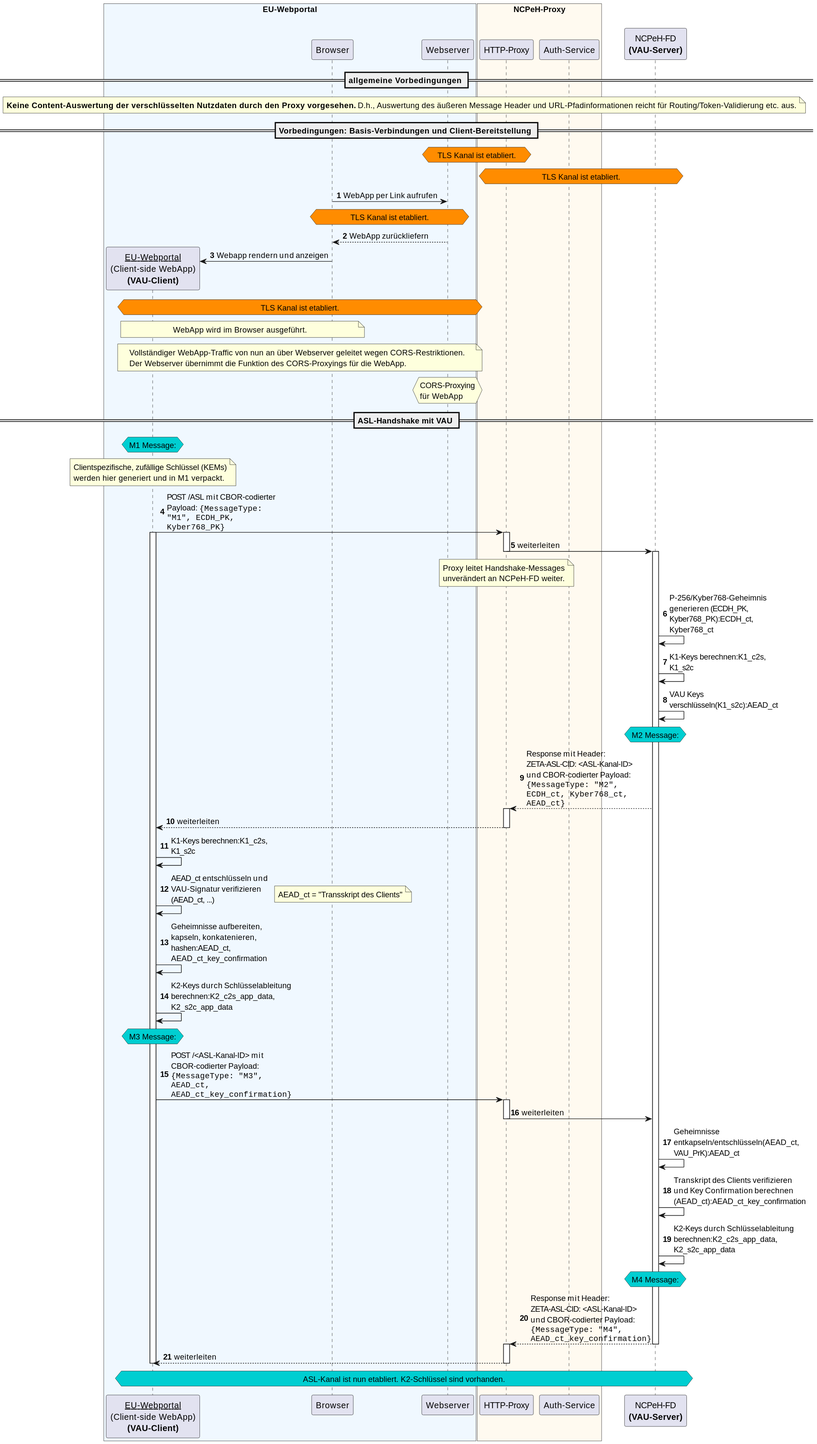
Above: images/eped-b/auth/aslkanal-dpop.svg in gematik/api-ncpeh (PlantUML), before the change. Its diagram source:
```plantuml
@startuml
!pragma PLS 8192

autonumber
skinparam maxMessageSize 200

box "EU-Webportal" #AliceBlue
  participant "__EU-Webportal__\n(Client-side WebApp)\n**(VAU-Client)**" as WebApp
  participant "Browser" as Browser
  participant "Webserver" as Webserver
end box
box "NCPeH-Proxy" #FloralWhite
    participant "HTTP-Proxy" as Proxy
    participant "Auth-Service" as AuthService
end box
participant "NCPeH-FD\n**(VAU-Server)**" as NCPeH

== allgemeine Vorbedingungen ==
note over WebApp, NCPeH
  **Keine Content-Auswertung der verschlüsselten Nutzdaten durch den Proxy vorgesehen.** D.h., Auswertung des äußeren Message Header und URL-Pfadinformationen reicht für Routing/Token-Validierung etc. aus.
end note

== Vorbedingungen: Basis-Verbindungen und Client-Bereitstellung ==

hnote over Webserver, Proxy #Darkorange
  TLS Kanal ist etabliert.
end note
hnote over Proxy, NCPeH #Darkorange
  TLS Kanal ist etabliert.
end note

Browser -> Webserver: WebApp per Link aufrufen
hnote over Browser, Webserver #Darkorange
  TLS Kanal ist etabliert.
end note
Webserver --> Browser: WebApp zurückliefern
create WebApp
Browser -> WebApp: Webapp rendern und anzeigen
hnote over WebApp, Webserver #Darkorange
  TLS Kanal ist etabliert.
end note

note over WebApp, Browser
  WebApp wird im Browser ausgeführt.
end note

note over WebApp, Webserver
  Vollständiger WebApp-Traffic von nun an über Webserver geleitet wegen CORS-Restriktionen.
  Der Webserver übernimmt die Funktion des CORS-Proxyings für die WebApp.
end note

hnote over Webserver
  CORS-Proxying
  für WebApp
end note


== ASL-Handshake mit VAU ==

hnote over WebApp #DarkTurquoise
  M1 Message:
end note
note over WebApp
  Clientspezifische, zufällige Schlüssel (KEMs)
  werden hier generiert und in M1 verpackt.
end note
WebApp -> Proxy: POST /ASL mit CBOR-codierter Payload: ""{MessageType: "M1", ECDH_PK, Kyber768_PK}""
activate WebApp
activate Proxy
Proxy -> NCPeH: weiterleiten
deactivate Proxy
note over Proxy
  Proxy leitet Handshake-Messages
  unverändert an NCPeH-FD weiter.
end note
activate NCPeH
NCPeH -> NCPeH: P-256/Kyber768-Geheimnis generieren (ECDH_PK, Kyber768_PK):ECDH_ct, Kyber768_ct
NCPeH -> NCPeH: K1-Keys berechnen:K1_c2s, K1_s2c
NCPeH -> NCPeH: VAU Keys verschlüsseln(K1_s2c):AEAD_ct

hnote over NCPeH #DarkTurquoise
  M2 Message:
end note

NCPeH --> Proxy: Response mit Header: ZETA-ASL-CID: <ASL-Kanal-ID> und CBOR-codierter Payload: ""{MessageType: "M2", ECDH_ct, Kyber768_ct, AEAD_ct}""
activate Proxy
Proxy --> WebApp: weiterleiten
deactivate Proxy

WebApp -> WebApp: K1-Keys berechnen:K1_c2s, K1_s2c
WebApp -> WebApp: AEAD_ct entschlüsseln und VAU-Signatur verifizieren (AEAD_ct, ...)
note right
  AEAD_ct = "Transskript des Clients"
end note
WebApp -> WebApp: Geheimnisse aufbereiten, kapseln, konkatenieren, hashen:AEAD_ct, AEAD_ct_key_confirmation
WebApp -> WebApp: K2-Keys durch Schlüsselableitung berechnen:K2_c2s_app_data, K2_s2c_app_data

hnote over WebApp #DarkTurquoise
  M3 Message:
end note

WebApp -> Proxy: POST /<ASL-Kanal-ID> mit CBOR-codierter Payload: ""{MessageType: "M3", AEAD_ct, AEAD_ct_key_confirmation}""

activate Proxy
Proxy -> NCPeH: weiterleiten
deactivate Proxy
NCPeH -> NCPeH: Geheimnisse entkapseln/entschlüsseln(AEAD_ct, VAU_PrK):AEAD_ct
NCPeH -> NCPeH: Transkript des Clients verifizieren und Key Confirmation berechnen (AEAD_ct):AEAD_ct_key_confirmation
NCPeH -> NCPeH: K2-Keys durch Schlüsselableitung berechnen:K2_c2s_app_data, K2_s2c_app_data


hnote over NCPeH #DarkTurquoise
  M4 Message:
end note

NCPeH --> Proxy: Response mit Header: ZETA-ASL-CID: <ASL-Kanal-ID> und CBOR-codierter Payload: ""{MessageType: "M4", AEAD_ct_key_confirmation}""
deactivate NCPeH
activate Proxy
Proxy --> WebApp: weiterleiten
deactivate Proxy
deactivate WebApp

hnote over WebApp, NCPeH #DarkTurquoise
  ASL-Kanal ist nun etabliert. K2-Schlüssel sind vorhanden.
end note
@enduml
```
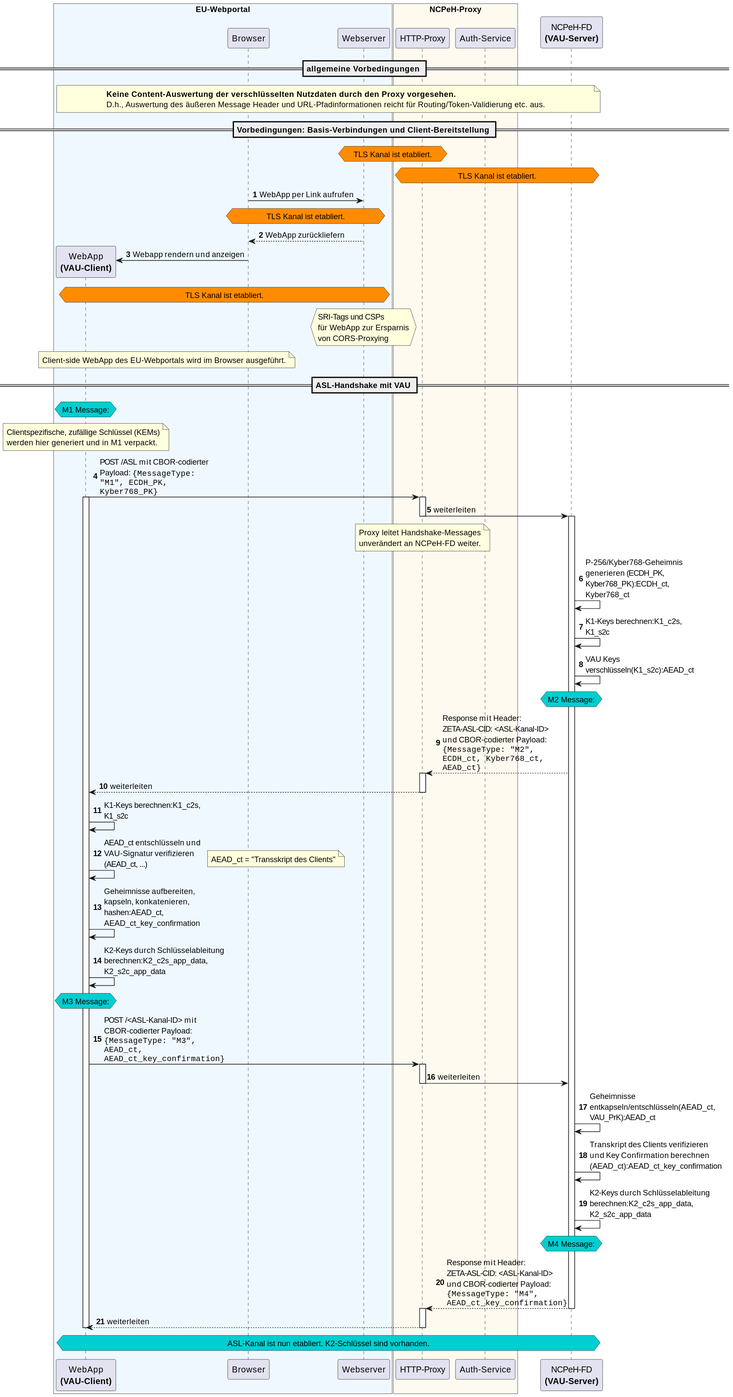
The same file after the commit.

Commit message:
Update aslkanal-dpop.svg and aslkanal-dpop.puml: naming and CORS restrictions

Change to the diagram source:
```diff
@@ -5,7 +5,7 @@
 skinparam maxMessageSize 200
 
 box "EU-Webportal" #AliceBlue
-  participant "__EU-Webportal__\n(Client-side WebApp)\n**(VAU-Client)**" as WebApp
+  participant "WebApp\n**(VAU-Client)**" as WebApp
   participant "Browser" as Browser
   participant "Webserver" as Webserver
 end box
@@ -17,7 +17,8 @@
 
 == allgemeine Vorbedingungen ==
 note over WebApp, NCPeH
-  **Keine Content-Auswertung der verschlüsselten Nutzdaten durch den Proxy vorgesehen.** D.h., Auswertung des äußeren Message Header und URL-Pfadinformationen reicht für Routing/Token-Validierung etc. aus.
+  **Keine Content-Auswertung der verschlüsselten Nutzdaten durch den Proxy vorgesehen.**
+  D.h., Auswertung des äußeren Message Header und URL-Pfadinformationen reicht für Routing/Token-Validierung etc. aus.
 end note
 
 == Vorbedingungen: Basis-Verbindungen und Client-Bereitstellung ==
@@ -40,20 +41,15 @@
   TLS Kanal ist etabliert.
 end note
 
-note over WebApp, Browser
-  WebApp wird im Browser ausgeführt.
+hnote over Webserver
+  SRI-Tags und CSPs
+  für WebApp zur Ersparnis
+  von CORS-Proxying
 end note
 
-note over WebApp, Webserver
-  Vollständiger WebApp-Traffic von nun an über Webserver geleitet wegen CORS-Restriktionen.
-  Der Webserver übernimmt die Funktion des CORS-Proxyings für die WebApp.
+note over WebApp, Browser
+  Client-side WebApp des EU-Webportals wird im Browser ausgeführt.
 end note
-
-hnote over Webserver
-  CORS-Proxying
-  für WebApp
-end note
-
 
 == ASL-Handshake mit VAU ==
 
```
